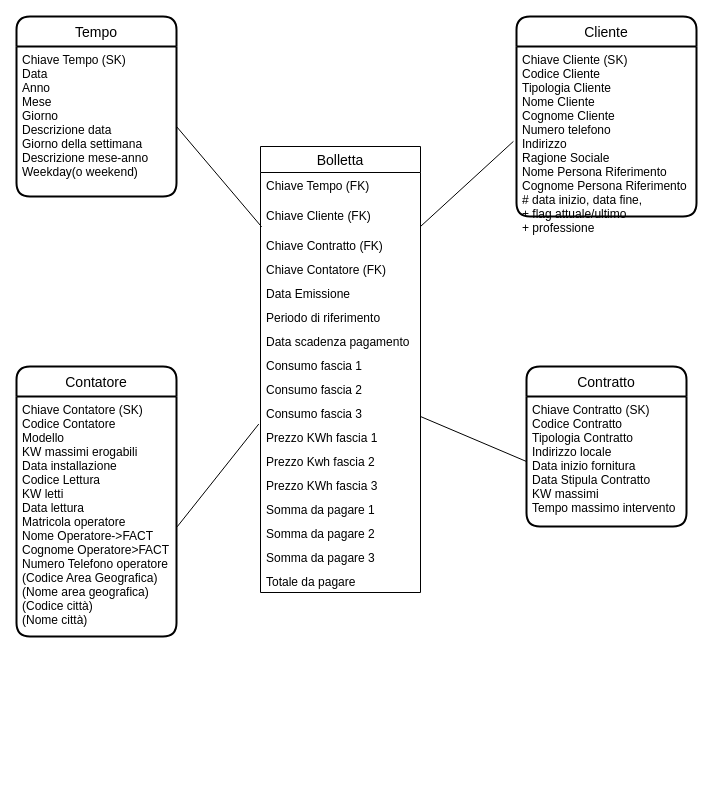
The draw.io diagram page "Pagina-2" (2 of 3) of ER Diagram minimal.drawio in chaitanya0498/DE, before the edit. Source tidied: cells renumbered, new cells numbered last; positions are measured from the earlier drawing's top-left corner, leaving out a move shared by most shapes. Both pictures are drawn from the tidied source at 100%, with x=0, y=0 at pixel (16, 16).
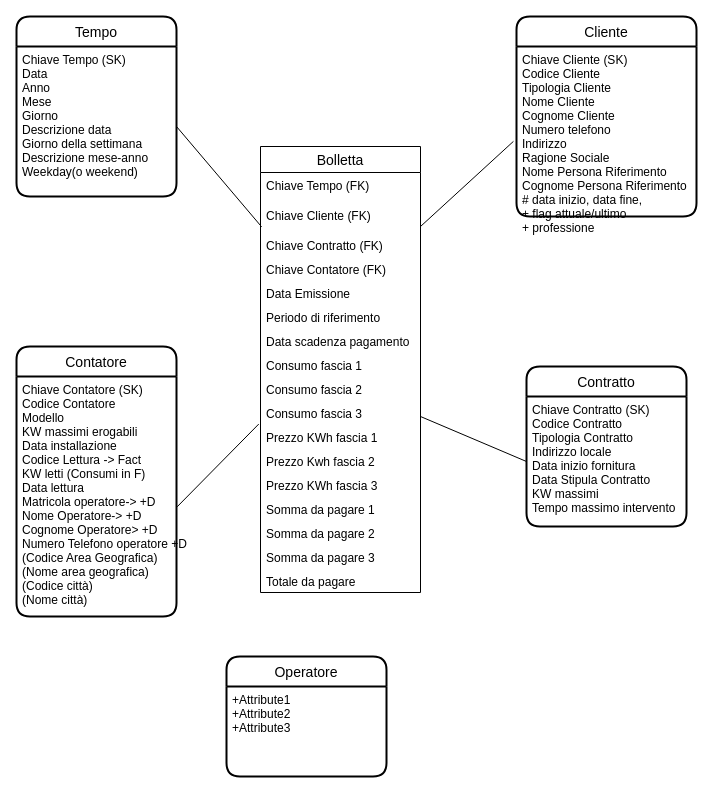
The same page after the edit.

What changed in the source:
```diff
@@
     <mxCell id="29" value="Contatore" style="swimlane;horizontal=1;startSize=30;rounded=1;fontSize=14;fontStyle=0;strokeWidth=2;shadow=0;dashed=0;align=center;" parent="1" vertex="1">
-      <mxGeometry y="350" width="160" height="270" as="geometry" />
+      <mxGeometry y="330" width="160" height="270" as="geometry" />
     </mxCell>
-    <mxCell id="30" value="Chiave Contatore (SK)&#10;Codice Contatore&#10;Modello&#10;KW massimi erogabili&#10;Data installazione&#10;Codice Lettura&#10;KW letti&#10;Data lettura&#10;Matricola operatore&#10;Nome Operatore-&gt;FACT&#10;Cognome Operatore&gt;FACT&#10;Numero Telefono operatore&#10;(Codice Area Geografica)&#10;(Nome area geografica)&#10;(Codice città)&#10;(Nome città)" style="align=left;strokeColor=none;fillColor=none;spacingLeft=4;fontSize=12;verticalAlign=top;" parent="29" vertex="1">
+    <mxCell id="30" value="Chiave Contatore (SK)&#10;Codice Contatore&#10;Modello&#10;KW massimi erogabili&#10;Data installazione&#10;Codice Lettura -&gt; Fact&#10;KW letti (Consumi in F)&#10;Data lettura&#10;Matricola operatore-&gt; +D&#10;Nome Operatore-&gt; +D&#10;Cognome Operatore&gt; +D&#10;Numero Telefono operatore  +D&#10;(Codice Area Geografica)&#10;(Nome area geografica)&#10;(Codice città)&#10;(Nome città)" style="align=left;strokeColor=none;fillColor=none;spacingLeft=4;fontSize=12;verticalAlign=top;" parent="29" vertex="1">
       <mxGeometry y="30" width="160" height="240" as="geometry" />
     </mxCell>
@@
+    <mxCell id="32" value="Operatore" style="swimlane;horizontal=1;startSize=30;rounded=1;fontSize=14;fontStyle=0;strokeWidth=2;shadow=0;dashed=0;align=center;" parent="1" vertex="1">
+      <mxGeometry x="210" y="640" width="160" height="120" as="geometry" />
+    </mxCell>
+    <mxCell id="33" value="+Attribute1&#10;+Attribute2&#10;+Attribute3" style="align=left;strokeColor=none;fillColor=none;spacingLeft=4;fontSize=12;verticalAlign=top;" parent="32" vertex="1">
+      <mxGeometry y="30" width="160" height="90" as="geometry" />
+    </mxCell>
```
